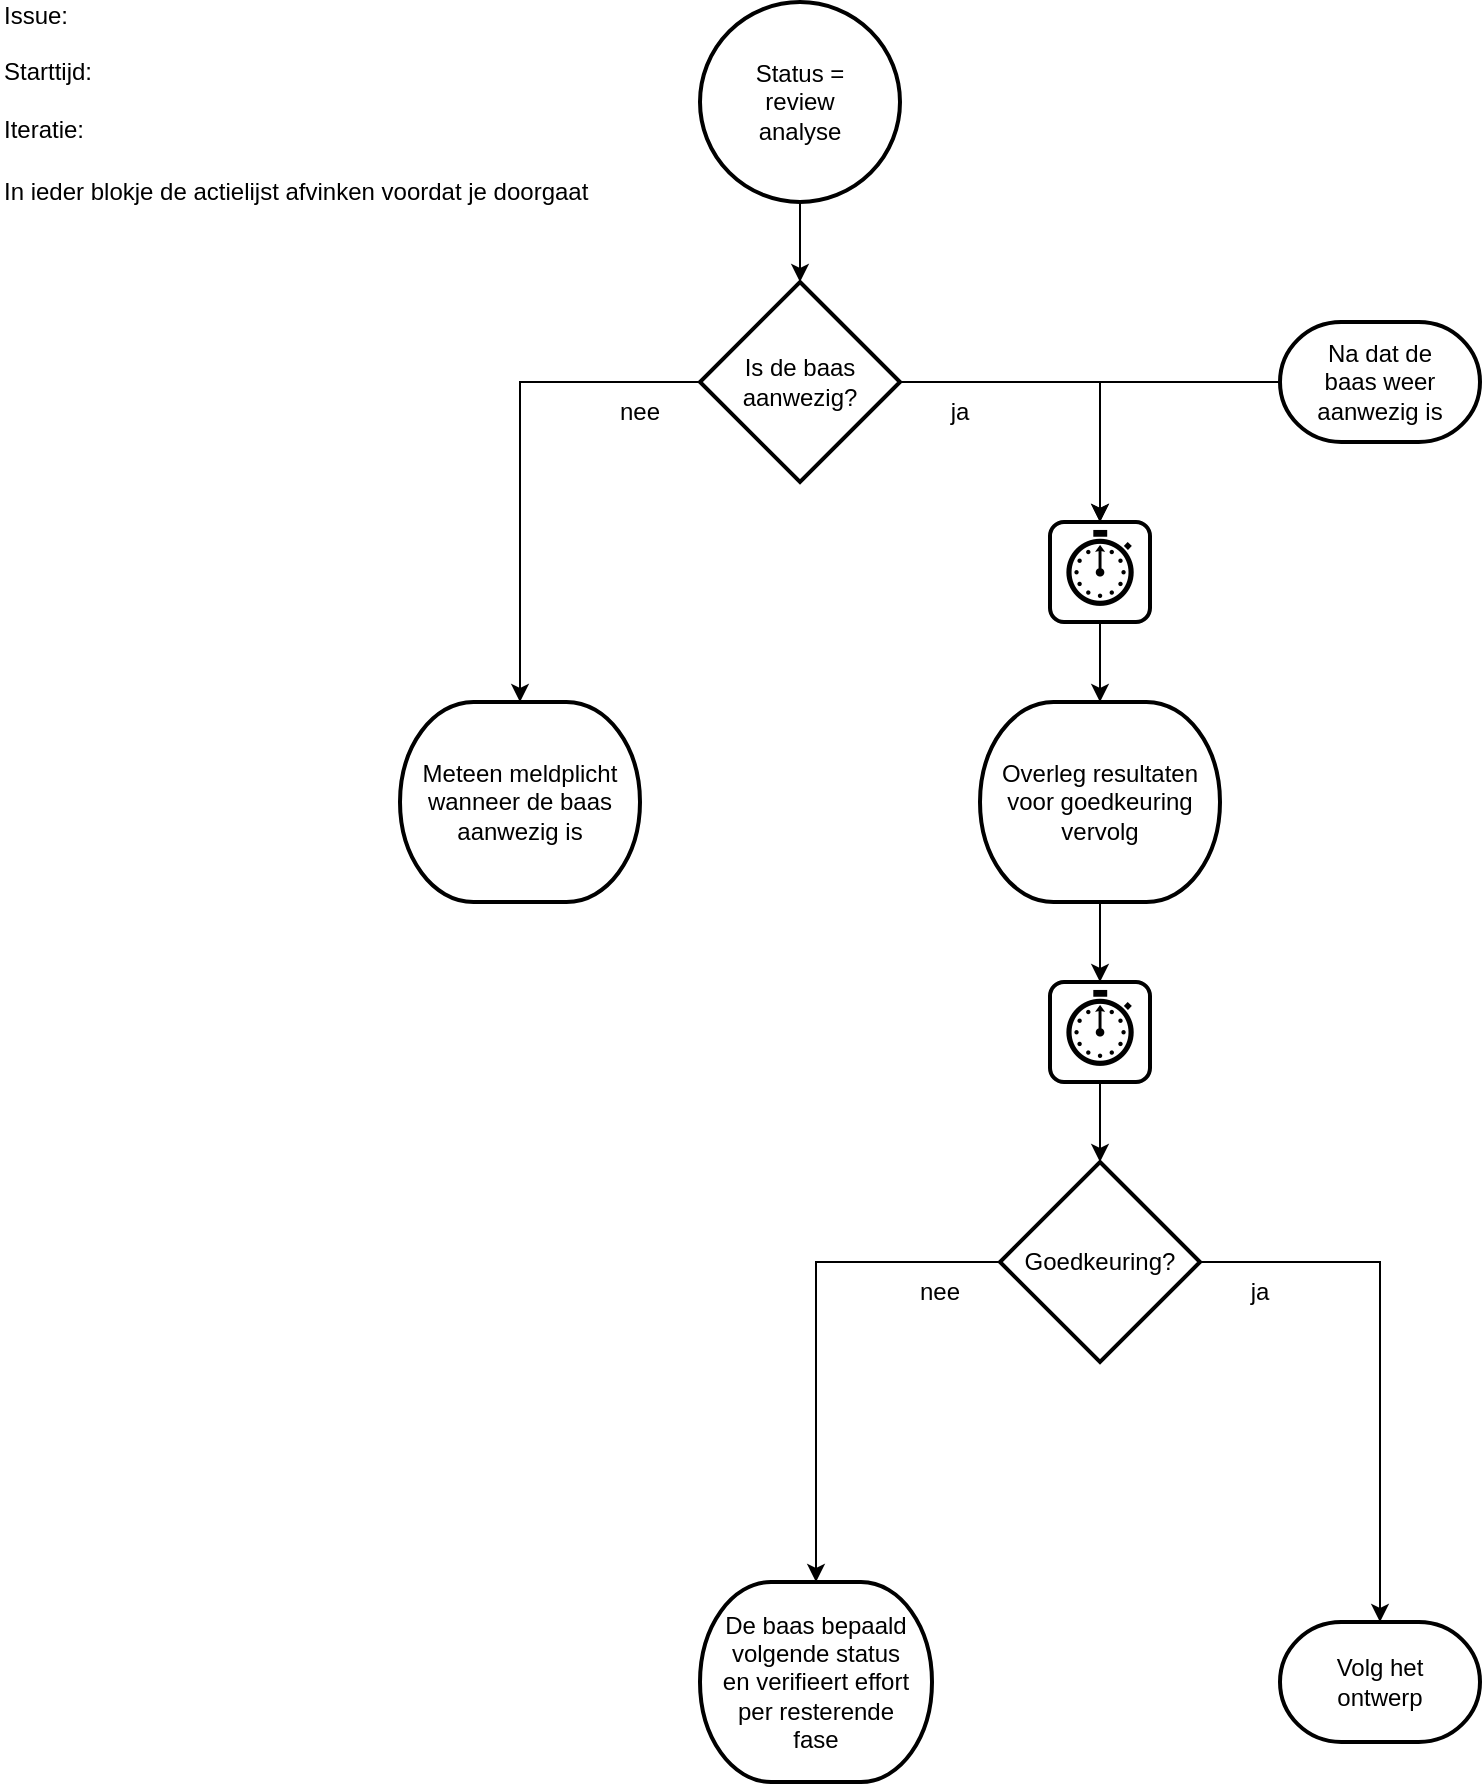
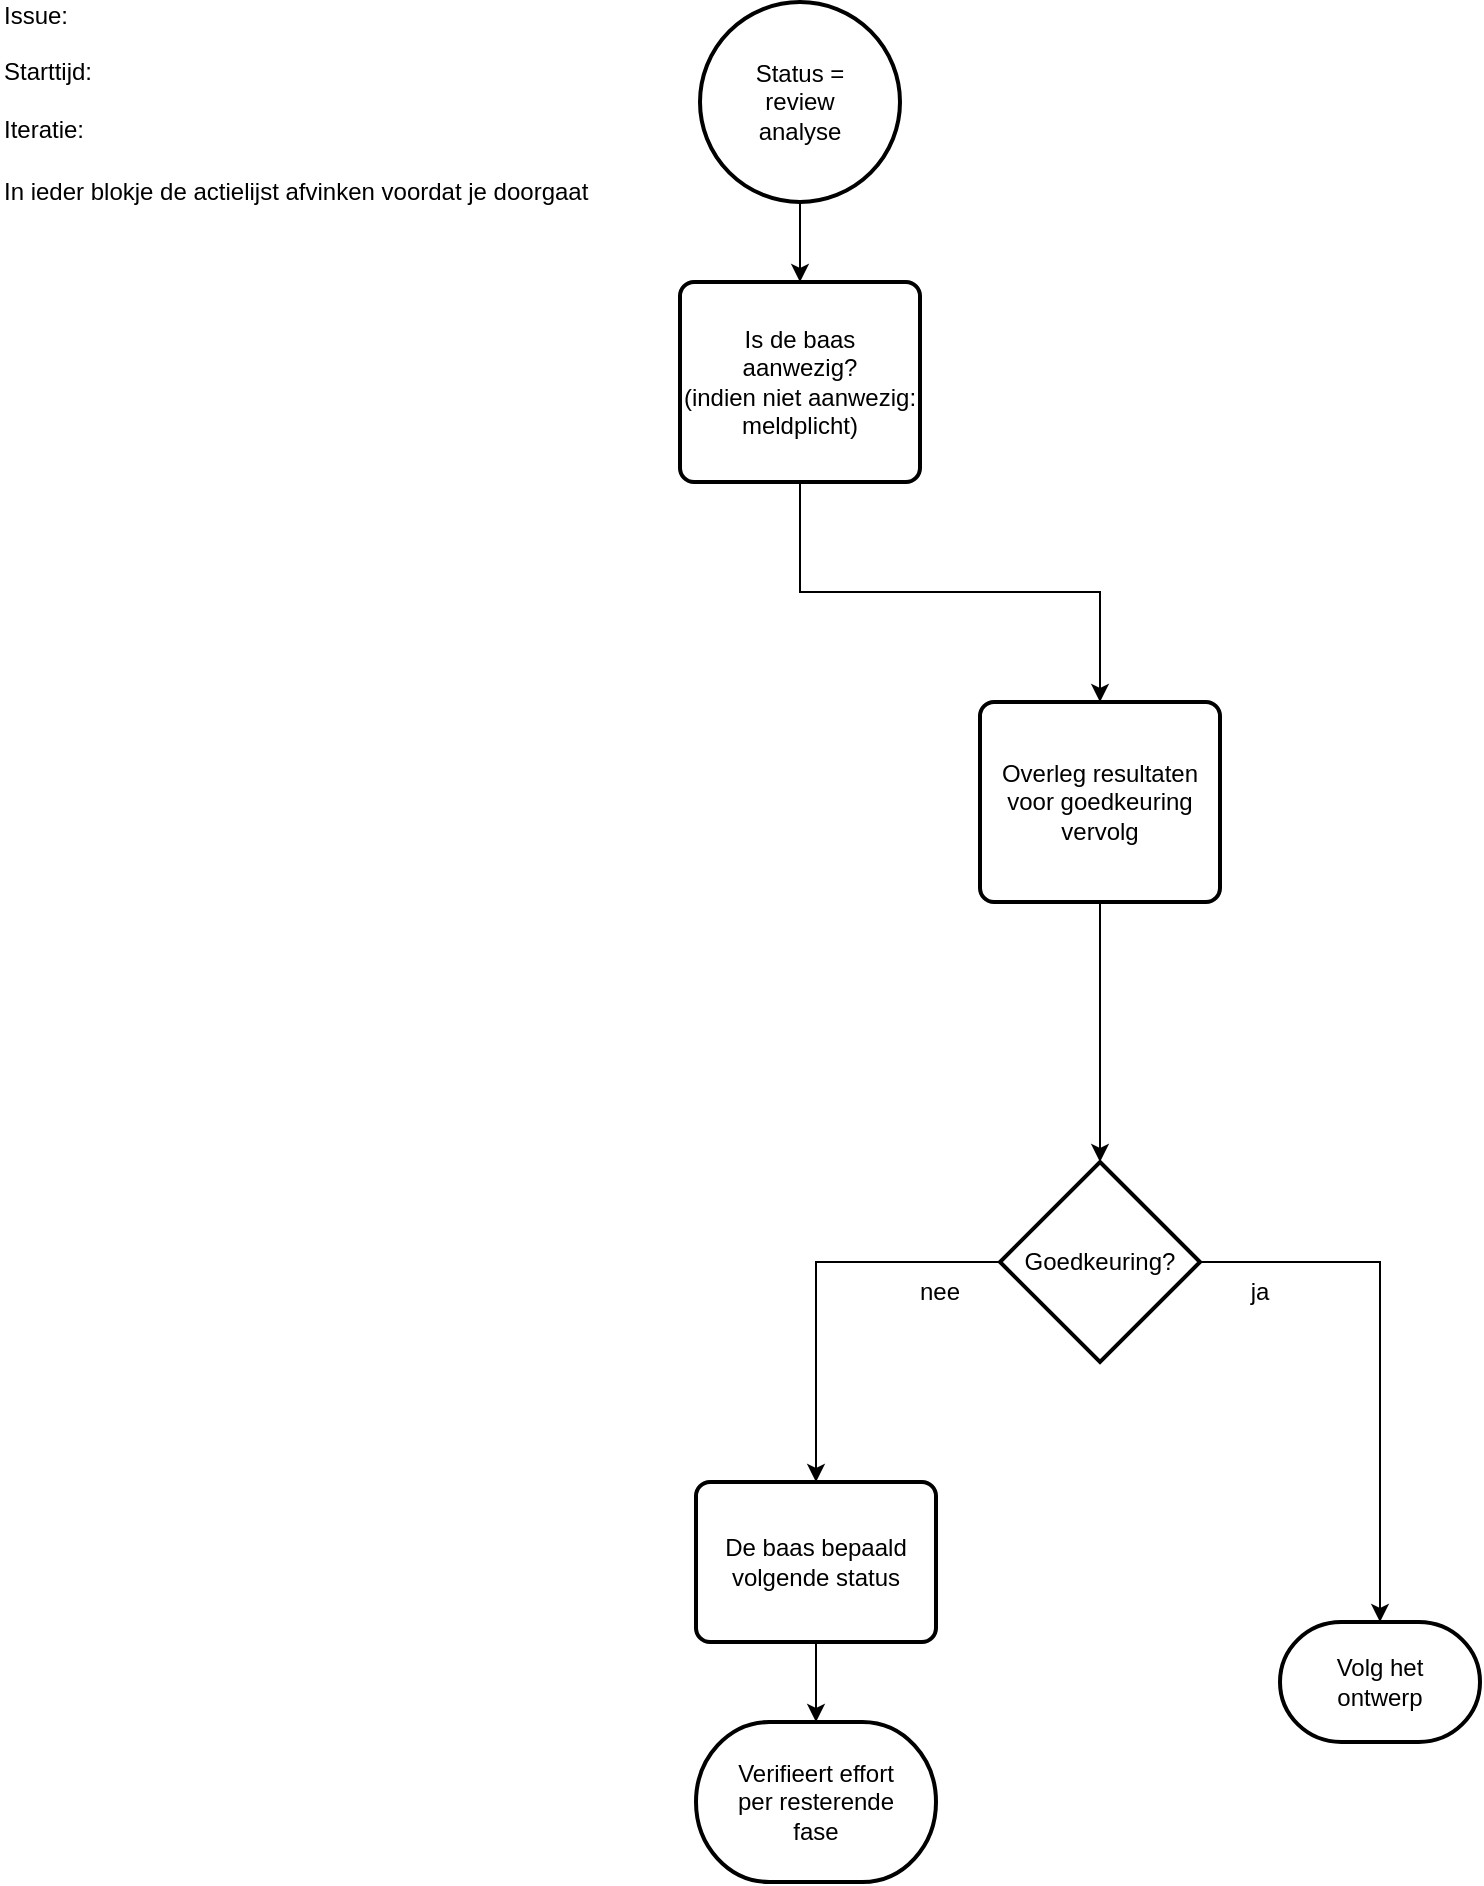
<mxfile host="Electron" agent="Mozilla/5.0 (Windows NT 10.0; Win64; x64) AppleWebKit/537.36 (KHTML, like Gecko) Chrome/143.0.0.0 Safari/537.36">
  <diagram name="Page-1" id="dRIuHNPxK5ljcTMTVuEa">
    <mxGraphModel dx="842" dy="576" grid="1" gridSize="10" guides="1" tooltips="1" connect="1" arrows="1" fold="1" page="1" pageScale="1" pageWidth="827" pageHeight="1169" math="0" shadow="0">
      <root>
        <mxCell id="0" />
        <mxCell id="1" parent="0" />
-         <mxCell id="2NNRtmBDYVnEMtFiFuyq-45" edge="1" parent="1" source="2NNRtmBDYVnEMtFiFuyq-46" style="edgeStyle=orthogonalEdgeStyle;rounded=0;orthogonalLoop=1;jettySize=auto;html=1;entryX=0.5;entryY=0;entryDx=0;entryDy=0;entryPerimeter=0;" target="2NNRtmBDYVnEMtFiFuyq-48" value="">
+         <mxCell id="2NNRtmBDYVnEMtFiFuyq-45" edge="1" parent="1" source="2NNRtmBDYVnEMtFiFuyq-46" style="edgeStyle=orthogonalEdgeStyle;rounded=0;orthogonalLoop=1;jettySize=auto;html=1;entryX=0.5;entryY=0;entryDx=0;entryDy=0;" target="2NNRtmBDYVnEMtFiFuyq-48" value="">
          <mxGeometry relative="1" as="geometry" />
        </mxCell>
        <object label="Status =&lt;br&gt;review&lt;br&gt;analyse" Action="401" id="2NNRtmBDYVnEMtFiFuyq-46">
          <mxCell parent="1" style="strokeWidth=2;html=1;shape=mxgraph.flowchart.start_2;whiteSpace=wrap;" vertex="1">
            <mxGeometry height="100" width="100" x="360" y="10" as="geometry" />
          </mxCell>
        </object>
-         <mxCell id="2NNRtmBDYVnEMtFiFuyq-47" edge="1" parent="1" source="2NNRtmBDYVnEMtFiFuyq-48" style="edgeStyle=orthogonalEdgeStyle;rounded=0;orthogonalLoop=1;jettySize=auto;html=1;exitX=1;exitY=0.5;exitDx=0;exitDy=0;exitPerimeter=0;entryX=0.5;entryY=0;entryDx=0;entryDy=0;" target="2NNRtmBDYVnEMtFiFuyq-67">
+         <mxCell id="2NNRtmBDYVnEMtFiFuyq-47" edge="1" parent="1" source="2NNRtmBDYVnEMtFiFuyq-48" style="edgeStyle=orthogonalEdgeStyle;rounded=0;orthogonalLoop=1;jettySize=auto;html=1;exitX=0.5;exitY=1;exitDx=0;exitDy=0;entryX=0.5;entryY=0;entryDx=0;entryDy=0;" target="2NNRtmBDYVnEMtFiFuyq-53">
          <mxGeometry relative="1" as="geometry" />
        </mxCell>
-         <object label="Is de baas&lt;br&gt;aanwezig?" Action="402" id="2NNRtmBDYVnEMtFiFuyq-48">
-           <mxCell parent="1" style="strokeWidth=2;html=1;shape=mxgraph.flowchart.decision;whiteSpace=wrap;" vertex="1">
-             <mxGeometry height="100" width="100" x="360" y="150" as="geometry" />
+         <object label="Is de baas&lt;br&gt;aanwezig?&lt;br&gt;(indien niet aanwezig:&lt;br&gt;meldplicht)" Action="402" id="2NNRtmBDYVnEMtFiFuyq-48">
+           <mxCell parent="1" style="rounded=1;whiteSpace=wrap;html=1;absoluteArcSize=1;arcSize=14;strokeWidth=2;" vertex="1">
+             <mxGeometry height="100" width="120" x="350" y="150" as="geometry" />
          </mxCell>
        </object>
-         <mxCell id="2NNRtmBDYVnEMtFiFuyq-49" parent="1" style="text;html=1;whiteSpace=wrap;strokeColor=none;fillColor=none;align=center;verticalAlign=middle;rounded=0;" value="ja" vertex="1">
-           <mxGeometry height="30" width="60" x="460" y="200" as="geometry" />
-         </mxCell>
-         <object label="Meteen meldplicht&lt;br&gt;wanneer de baas&lt;br&gt;aanwezig is" Action="402F" id="2NNRtmBDYVnEMtFiFuyq-50">
-           <mxCell parent="1" style="strokeWidth=2;html=1;shape=mxgraph.flowchart.terminator;whiteSpace=wrap;" vertex="1">
-             <mxGeometry height="100" width="120" x="210" y="360" as="geometry" />
-           </mxCell>
-         </object>
-         <mxCell id="2NNRtmBDYVnEMtFiFuyq-51" parent="1" style="text;html=1;whiteSpace=wrap;strokeColor=none;fillColor=none;align=center;verticalAlign=middle;rounded=0;" value="nee" vertex="1">
-           <mxGeometry height="30" width="60" x="300" y="200" as="geometry" />
-         </mxCell>
-         <mxCell id="2NNRtmBDYVnEMtFiFuyq-52" edge="1" parent="1" source="2NNRtmBDYVnEMtFiFuyq-53" style="edgeStyle=orthogonalEdgeStyle;rounded=0;orthogonalLoop=1;jettySize=auto;html=1;" target="2NNRtmBDYVnEMtFiFuyq-69" value="">
+         <mxCell id="2NNRtmBDYVnEMtFiFuyq-52" edge="1" parent="1" source="2NNRtmBDYVnEMtFiFuyq-53" style="edgeStyle=orthogonalEdgeStyle;rounded=0;orthogonalLoop=1;jettySize=auto;html=1;exitX=0.5;exitY=1;exitDx=0;exitDy=0;entryX=0.5;entryY=0;entryDx=0;entryDy=0;entryPerimeter=0;" target="2NNRtmBDYVnEMtFiFuyq-57">
          <mxGeometry relative="1" as="geometry" />
        </mxCell>
        <object label="Overleg resultaten&lt;br&gt;voor goedkeuring&lt;br&gt;vervolg" Action="404" id="2NNRtmBDYVnEMtFiFuyq-53">
-           <mxCell parent="1" style="strokeWidth=2;html=1;shape=mxgraph.flowchart.terminator;whiteSpace=wrap;" vertex="1">
+           <mxCell parent="1" style="rounded=1;whiteSpace=wrap;html=1;absoluteArcSize=1;arcSize=14;strokeWidth=2;" vertex="1">
            <mxGeometry height="100" width="120" x="500" y="360" as="geometry" />
-           </mxCell>
-         </object>
-         <mxCell id="2NNRtmBDYVnEMtFiFuyq-54" edge="1" parent="1" source="2NNRtmBDYVnEMtFiFuyq-48" style="edgeStyle=orthogonalEdgeStyle;rounded=0;orthogonalLoop=1;jettySize=auto;html=1;exitX=0;exitY=0.5;exitDx=0;exitDy=0;exitPerimeter=0;entryX=0.5;entryY=0;entryDx=0;entryDy=0;entryPerimeter=0;" target="2NNRtmBDYVnEMtFiFuyq-50">
-           <mxGeometry relative="1" as="geometry" />
-         </mxCell>
-         <mxCell id="2NNRtmBDYVnEMtFiFuyq-55" edge="1" parent="1" source="2NNRtmBDYVnEMtFiFuyq-56" style="edgeStyle=orthogonalEdgeStyle;rounded=0;orthogonalLoop=1;jettySize=auto;html=1;exitX=0;exitY=0.5;exitDx=0;exitDy=0;exitPerimeter=0;entryX=0.5;entryY=0;entryDx=0;entryDy=0;" target="2NNRtmBDYVnEMtFiFuyq-67">
-           <mxGeometry relative="1" as="geometry" />
-         </mxCell>
-         <object label="Na dat de&lt;br&gt;baas weer&lt;br&gt;aanwezig is" Action="402T" id="2NNRtmBDYVnEMtFiFuyq-56">
-           <mxCell parent="1" style="strokeWidth=2;html=1;shape=mxgraph.flowchart.terminator;whiteSpace=wrap;" vertex="1">
-             <mxGeometry height="60" width="100" x="650" y="170" as="geometry" />
          </mxCell>
        </object>
        <object label="Goedkeuring?" Action="406" id="2NNRtmBDYVnEMtFiFuyq-57">
          <mxCell parent="1" style="strokeWidth=2;html=1;shape=mxgraph.flowchart.decision;whiteSpace=wrap;" vertex="1">
            <mxGeometry height="100" width="100" x="510" y="590" as="geometry" />
          </mxCell>
        </object>
        <object label="Volg het&lt;br&gt;ontwerp" Action="406T" id="2NNRtmBDYVnEMtFiFuyq-58">
          <mxCell parent="1" style="strokeWidth=2;html=1;shape=mxgraph.flowchart.terminator;whiteSpace=wrap;" vertex="1">
            <mxGeometry height="60" width="100" x="650" y="820" as="geometry" />
          </mxCell>
        </object>
        <mxCell id="2NNRtmBDYVnEMtFiFuyq-59" edge="1" parent="1" source="2NNRtmBDYVnEMtFiFuyq-57" style="edgeStyle=orthogonalEdgeStyle;rounded=0;orthogonalLoop=1;jettySize=auto;html=1;exitX=1;exitY=0.5;exitDx=0;exitDy=0;exitPerimeter=0;entryX=0.5;entryY=0;entryDx=0;entryDy=0;entryPerimeter=0;" target="2NNRtmBDYVnEMtFiFuyq-58">
          <mxGeometry relative="1" as="geometry" />
        </mxCell>
        <mxCell id="2NNRtmBDYVnEMtFiFuyq-60" parent="1" style="text;html=1;whiteSpace=wrap;strokeColor=none;fillColor=none;align=center;verticalAlign=middle;rounded=0;" value="ja" vertex="1">
          <mxGeometry height="30" width="60" x="610" y="640" as="geometry" />
        </mxCell>
-         <object label="De baas bepaald&lt;br&gt;volgende status&lt;br&gt;en verifieert effort&lt;br&gt;per resterende&lt;br&gt;fase" Action="406F" id="2NNRtmBDYVnEMtFiFuyq-61">
-           <mxCell parent="1" style="strokeWidth=2;html=1;shape=mxgraph.flowchart.terminator;whiteSpace=wrap;" vertex="1">
-             <mxGeometry height="100" width="116" x="360" y="800" as="geometry" />
+         <object label="De baas bepaald&lt;br&gt;volgende status" Action="406F" id="2NNRtmBDYVnEMtFiFuyq-61">
+           <mxCell parent="1" style="rounded=1;whiteSpace=wrap;html=1;absoluteArcSize=1;arcSize=14;strokeWidth=2;" vertex="1">
+             <mxGeometry height="80" width="120" x="358" y="750" as="geometry" />
          </mxCell>
        </object>
-         <mxCell id="2NNRtmBDYVnEMtFiFuyq-62" edge="1" parent="1" source="2NNRtmBDYVnEMtFiFuyq-57" style="edgeStyle=orthogonalEdgeStyle;rounded=0;orthogonalLoop=1;jettySize=auto;html=1;exitX=0;exitY=0.5;exitDx=0;exitDy=0;exitPerimeter=0;entryX=0.5;entryY=0;entryDx=0;entryDy=0;entryPerimeter=0;" target="2NNRtmBDYVnEMtFiFuyq-61">
+         <mxCell id="2NNRtmBDYVnEMtFiFuyq-62" edge="1" parent="1" source="2NNRtmBDYVnEMtFiFuyq-57" style="edgeStyle=orthogonalEdgeStyle;rounded=0;orthogonalLoop=1;jettySize=auto;html=1;exitX=0;exitY=0.5;exitDx=0;exitDy=0;exitPerimeter=0;entryX=0.5;entryY=0;entryDx=0;entryDy=0;" target="2NNRtmBDYVnEMtFiFuyq-61">
          <mxGeometry relative="1" as="geometry" />
        </mxCell>
        <mxCell id="2NNRtmBDYVnEMtFiFuyq-63" parent="1" style="text;html=1;whiteSpace=wrap;strokeColor=none;fillColor=none;align=center;verticalAlign=middle;rounded=0;" value="nee" vertex="1">
          <mxGeometry height="30" width="60" x="450" y="640" as="geometry" />
        </mxCell>
        <mxCell id="2NNRtmBDYVnEMtFiFuyq-64" parent="1" style="text;html=1;align=left;verticalAlign=middle;whiteSpace=wrap;rounded=0;" value="Issue:&amp;nbsp; &amp;nbsp;&lt;br&gt;&lt;br&gt;Starttijd:&lt;br&gt;&lt;br&gt;Iteratie:&amp;nbsp;" vertex="1">
          <mxGeometry height="30" width="60" x="10" y="30" as="geometry" />
        </mxCell>
        <mxCell id="2NNRtmBDYVnEMtFiFuyq-65" parent="1" style="text;html=1;whiteSpace=wrap;strokeColor=none;fillColor=none;align=left;verticalAlign=middle;rounded=0;labelPosition=center;verticalLabelPosition=middle;" value="In ieder blokje de actielijst afvinken voordat je doorgaat" vertex="1">
          <mxGeometry height="30" width="300" x="10" y="90" as="geometry" />
        </mxCell>
-         <mxCell id="2NNRtmBDYVnEMtFiFuyq-66" edge="1" parent="1" source="2NNRtmBDYVnEMtFiFuyq-67" style="edgeStyle=orthogonalEdgeStyle;rounded=0;orthogonalLoop=1;jettySize=auto;html=1;" target="2NNRtmBDYVnEMtFiFuyq-53" value="">
+         <object label="Verifieert effort&lt;br&gt;per resterende&lt;br&gt;fase" Action="406G" id="2NNRtmBDYVnEMtFiFuyq-70">
+           <mxCell parent="1" style="strokeWidth=2;html=1;shape=mxgraph.flowchart.terminator;whiteSpace=wrap;" vertex="1">
+             <mxGeometry height="80" width="120" x="358" y="870" as="geometry" />
+           </mxCell>
+         </object>
+         <mxCell id="2NNRtmBDYVnEMtFiFuyq-71" edge="1" parent="1" source="2NNRtmBDYVnEMtFiFuyq-61" style="edgeStyle=orthogonalEdgeStyle;rounded=0;orthogonalLoop=1;jettySize=auto;html=1;exitX=0.5;exitY=1;exitDx=0;exitDy=0;entryX=0.5;entryY=0;entryDx=0;entryDy=0;" target="2NNRtmBDYVnEMtFiFuyq-70">
          <mxGeometry relative="1" as="geometry" />
        </mxCell>
-         <object label="&lt;font style=&quot;font-size: 36px;&quot;&gt;⏱️&lt;/font&gt;" Action="403" id="2NNRtmBDYVnEMtFiFuyq-67">
-           <mxCell parent="1" style="rounded=1;whiteSpace=wrap;html=1;absoluteArcSize=1;arcSize=14;strokeWidth=2;" vertex="1">
-             <mxGeometry height="50" width="50" x="535" y="270" as="geometry" />
-           </mxCell>
-         </object>
-         <mxCell id="2NNRtmBDYVnEMtFiFuyq-68" edge="1" parent="1" source="2NNRtmBDYVnEMtFiFuyq-69" style="edgeStyle=orthogonalEdgeStyle;rounded=0;orthogonalLoop=1;jettySize=auto;html=1;" target="2NNRtmBDYVnEMtFiFuyq-57" value="">
-           <mxGeometry relative="1" as="geometry" />
-         </mxCell>
-         <object label="&lt;font style=&quot;font-size: 36px;&quot;&gt;⏱️&lt;/font&gt;" Action="405" id="2NNRtmBDYVnEMtFiFuyq-69">
-           <mxCell parent="1" style="rounded=1;whiteSpace=wrap;html=1;absoluteArcSize=1;arcSize=14;strokeWidth=2;" vertex="1">
-             <mxGeometry height="50" width="50" x="535" y="500" as="geometry" />
-           </mxCell>
-         </object>
      </root>
    </mxGraphModel>
  </diagram>
</mxfile>
